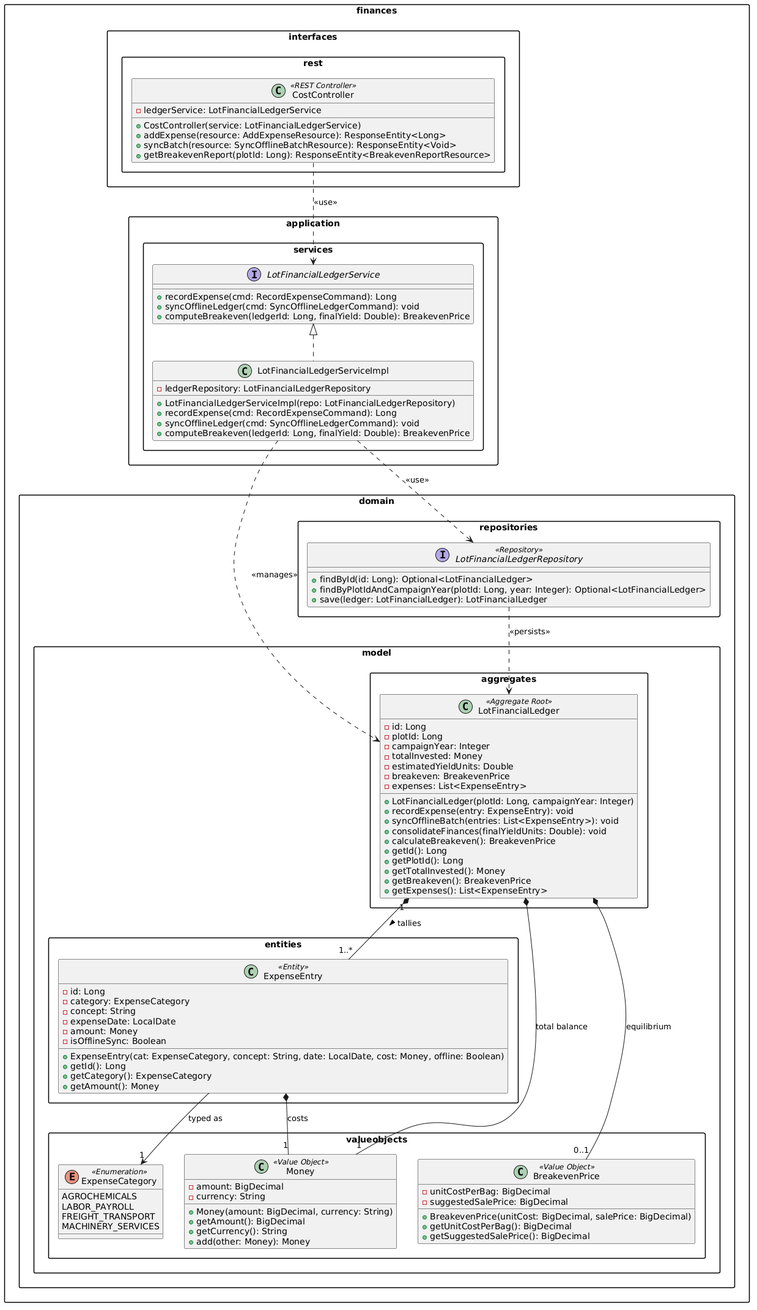
Above: assets/img/class-diagrams/costs-class-diagram.png in dymbia-aplicaciones-web/sumaqAgro-report (PlantUML), before the change.
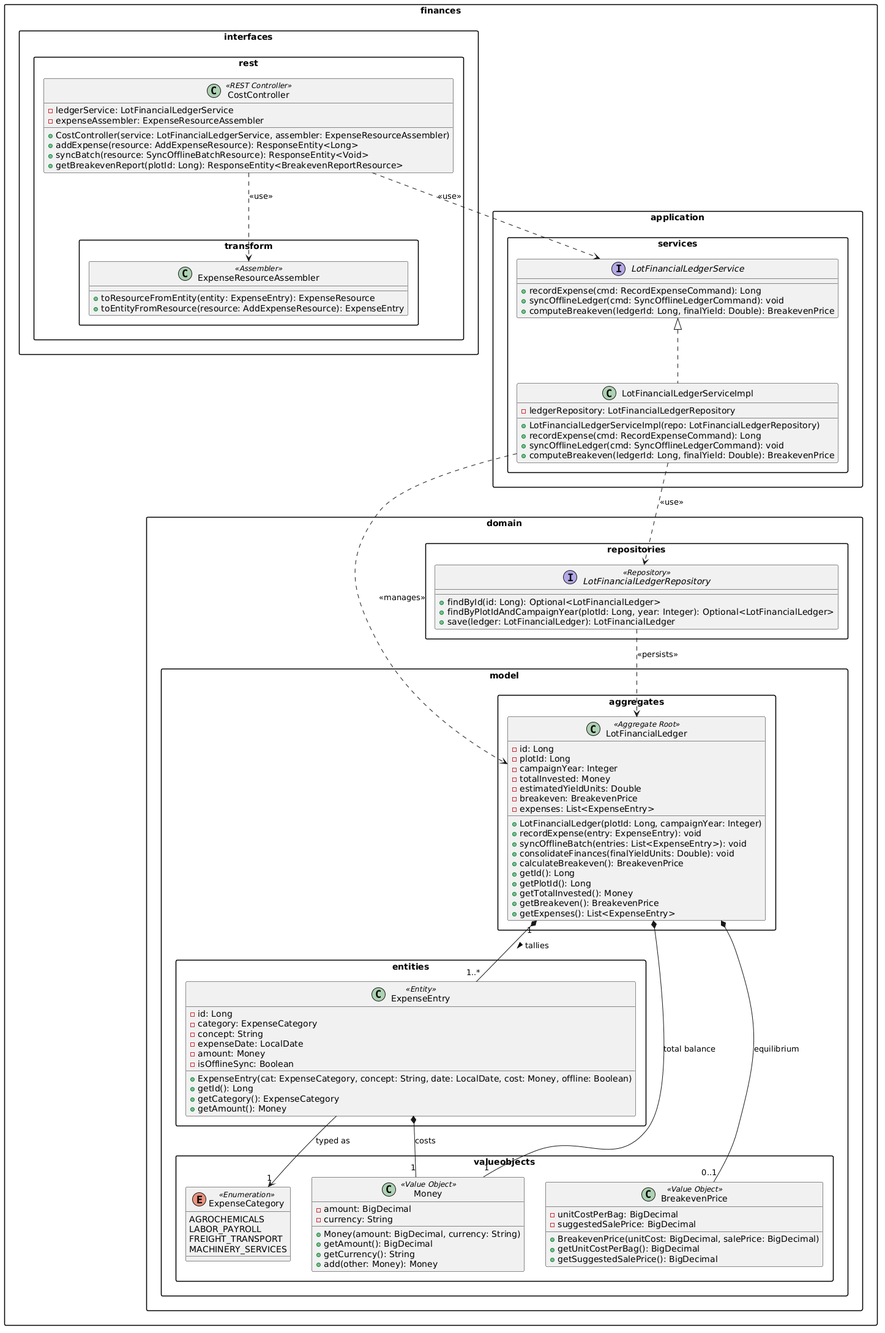
Above is the later version.

Commit message:
docs(cap4): update class diagrams and refine narrative with assembler components

What changed in the source:
```diff
@@ -91,10 +91,18 @@
     }
 }
 
+package "finances.interfaces.rest.transform" {
+    class ExpenseResourceAssembler <<Assembler>> {
+        + toResourceFromEntity(entity: ExpenseEntry): ExpenseResource
+        + toEntityFromResource(resource: AddExpenseResource): ExpenseEntry
+    }
+}
+
 package "finances.interfaces.rest" {
     class CostController <<REST Controller>> {
         - ledgerService: LotFinancialLedgerService
-        + CostController(service: LotFinancialLedgerService)
+        - expenseAssembler: ExpenseResourceAssembler
+        + CostController(service: LotFinancialLedgerService, assembler: ExpenseResourceAssembler)
         + addExpense(resource: AddExpenseResource): ResponseEntity<Long>
         + syncBatch(resource: SyncOfflineBatchResource): ResponseEntity<Void>
         + getBreakevenReport(plotId: Long): ResponseEntity<BreakevenReportResource>
@@ -108,6 +116,7 @@
 LotFinancialLedger *-- "0..1" BreakevenPrice : "equilibrium"
 
 CostController ..> LotFinancialLedgerService : "<<use>>"
+CostController ..> ExpenseResourceAssembler : "<<use>>"
 LotFinancialLedgerServiceImpl ..> LotFinancialLedgerRepository : "<<use>>"
 LotFinancialLedgerServiceImpl ..> LotFinancialLedger : "<<manages>>"
 LotFinancialLedgerRepository ..> LotFinancialLedger : "<<persists>>"
```
